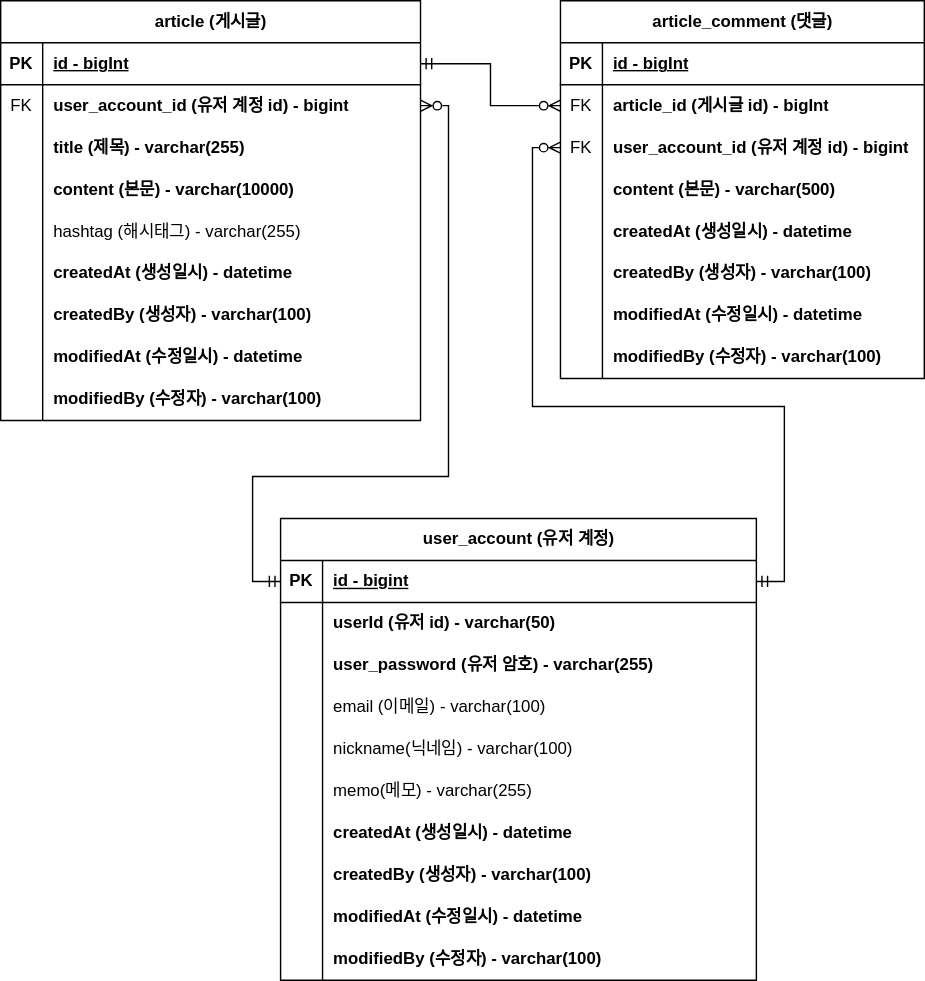
Before: document/project-board-erd.svg, a diagram exported from draw.io (YooHyeok/fc-board). Source tidied: cells renumbered, new cells last; positions are measured from the earlier drawing's top-left corner, leaving out a move shared by most shapes.
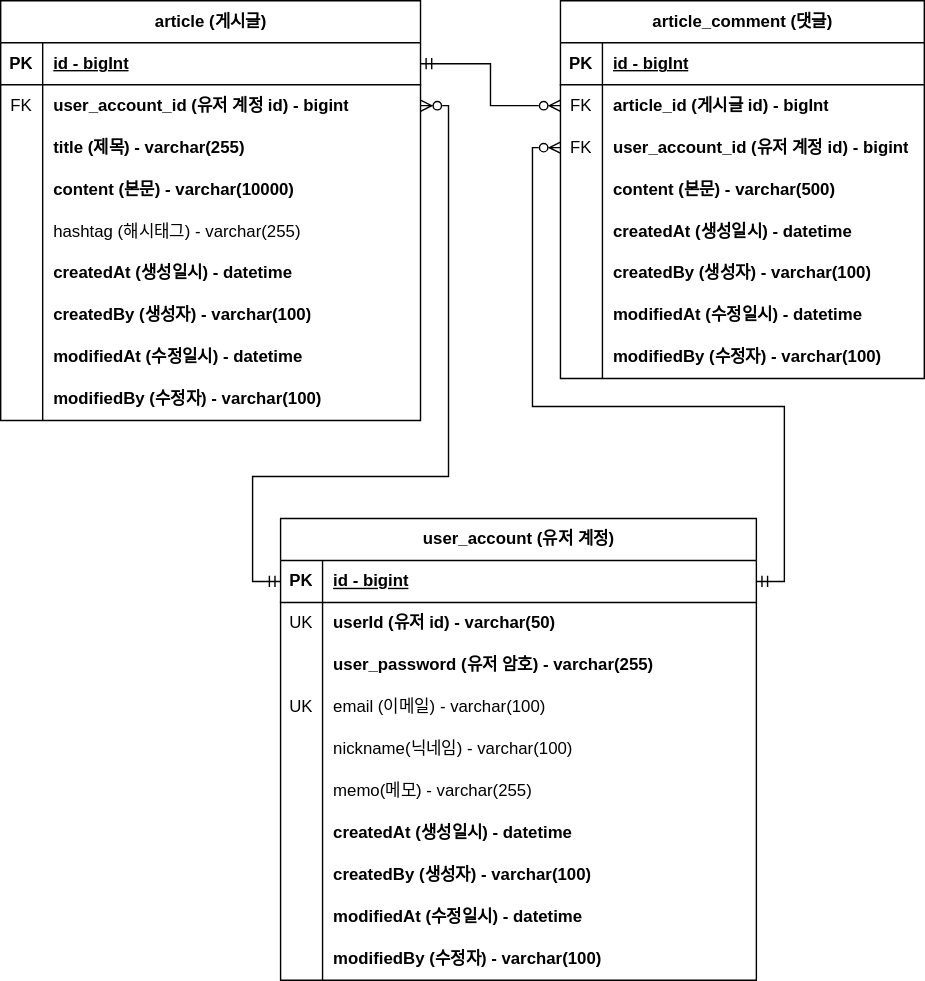
The same file after the commit.

Commit message:
#37 - erd 업데이트: 회원 계정 도메인의 이메일에 유니크 키 추가

What changed in the source:
```diff
@@ -179,7 +179,7 @@
     <mxCell id="60" style="shape=tableRow;horizontal=0;startSize=0;swimlaneHead=0;swimlaneBody=0;fillColor=none;top=0;left=0;right=0;bottom=0;" parent="56" vertex="1">
       <mxGeometry y="60" width="340" height="30" as="geometry" />
     </mxCell>
-    <mxCell id="61" style="shape=partialRectangle;fillColor=none;top=0;left=0;bottom=0;right=0;overflow=hidden;whiteSpace=wrap;html=1;" parent="60" vertex="1">
+    <mxCell id="61" value="UK" style="shape=partialRectangle;fillColor=none;top=0;left=0;bottom=0;right=0;overflow=hidden;whiteSpace=wrap;html=1;" parent="60" vertex="1">
       <mxGeometry width="30" height="30" as="geometry" />
     </mxCell>
     <mxCell id="62" value="userId (유저 id) - varchar(50)" style="shape=partialRectangle;fillColor=none;top=0;left=0;bottom=0;right=0;align=left;spacingLeft=6;overflow=hidden;whiteSpace=wrap;html=1;fontStyle=1;" parent="60" vertex="1">
@@ -197,7 +197,7 @@
     <mxCell id="66" style="shape=tableRow;horizontal=0;startSize=0;swimlaneHead=0;swimlaneBody=0;fillColor=none;top=0;left=0;right=0;bottom=0;" parent="56" vertex="1">
       <mxGeometry y="120" width="340" height="30" as="geometry" />
     </mxCell>
-    <mxCell id="67" style="shape=partialRectangle;fillColor=none;top=0;left=0;bottom=0;right=0;overflow=hidden;whiteSpace=wrap;html=1;" parent="66" vertex="1">
+    <mxCell id="67" value="UK" style="shape=partialRectangle;fillColor=none;top=0;left=0;bottom=0;right=0;overflow=hidden;whiteSpace=wrap;html=1;" parent="66" vertex="1">
       <mxGeometry width="30" height="30" as="geometry" />
     </mxCell>
     <mxCell id="68" value="email (이메일) - varchar(100)" style="shape=partialRectangle;fillColor=none;top=0;left=0;bottom=0;right=0;align=left;spacingLeft=6;overflow=hidden;whiteSpace=wrap;html=1;" parent="66" vertex="1">
```
